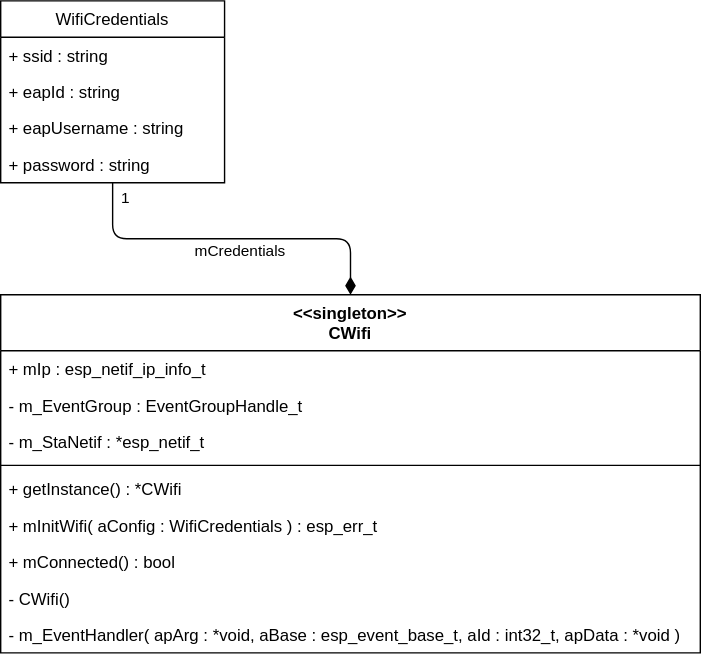
Above: uml/wifi-network-stack.drawio.svg in SenseBoxTI/FirmwareDesign (draw.io), before the change. Source tidied: cells renumbered, new cells last; positions are measured from the earlier drawing's top-left corner, leaving out a move shared by most shapes.
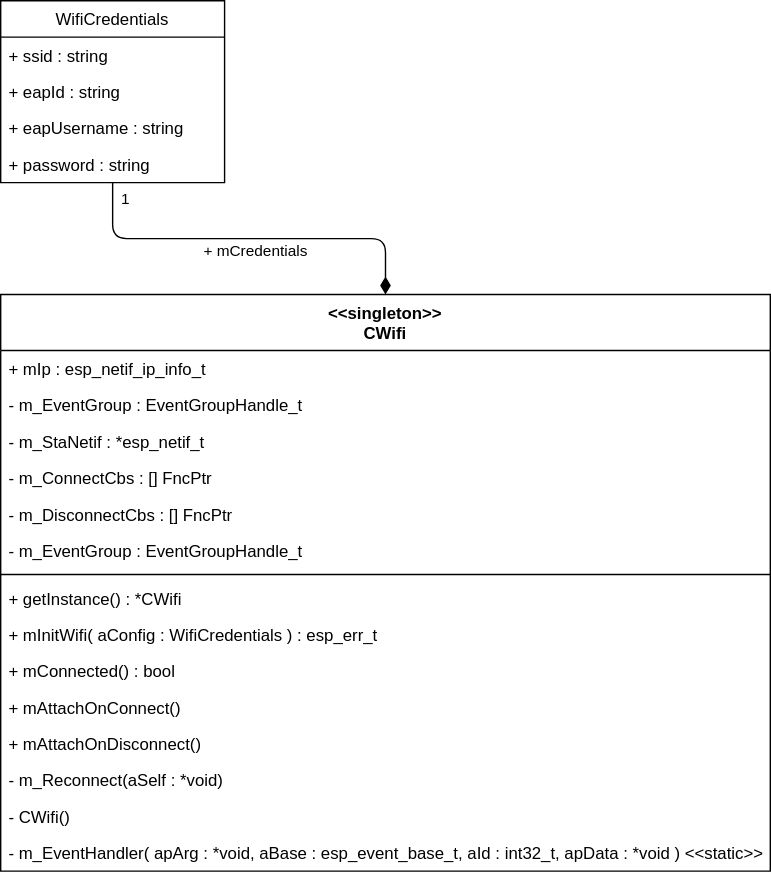
The same diagram one commit later.

Diff of the diagram source:
```diff
@@ -3,39 +3,57 @@
     <mxCell id="0" />
     <mxCell id="1" parent="0" />
     <mxCell id="2" value="&lt;&lt;singleton&gt;&gt;&#10;CWifi" style="swimlane;fontStyle=1;align=center;verticalAlign=top;horizontal=1;startSize=40;" parent="1" vertex="1">
-      <mxGeometry y="210" width="500" height="256" as="geometry" />
+      <mxGeometry y="210" width="550" height="412" as="geometry" />
     </mxCell>
     <mxCell id="3" value="+ mIp : esp_netif_ip_info_t" style="text;strokeColor=none;fillColor=none;align=left;verticalAlign=top;spacingLeft=4;spacingRight=4;overflow=hidden;" parent="2" vertex="1">
-      <mxGeometry y="40" width="500" height="26" as="geometry" />
+      <mxGeometry y="40" width="550" height="26" as="geometry" />
     </mxCell>
     <mxCell id="4" value="- m_EventGroup : EventGroupHandle_t" style="text;strokeColor=none;fillColor=none;align=left;verticalAlign=top;spacingLeft=4;spacingRight=4;overflow=hidden;" parent="2" vertex="1">
-      <mxGeometry y="66" width="500" height="26" as="geometry" />
+      <mxGeometry y="66" width="550" height="26" as="geometry" />
     </mxCell>
     <mxCell id="5" value="- m_StaNetif : *esp_netif_t" style="text;strokeColor=none;fillColor=none;align=left;verticalAlign=top;spacingLeft=4;spacingRight=4;overflow=hidden;" parent="2" vertex="1">
-      <mxGeometry y="92" width="500" height="26" as="geometry" />
+      <mxGeometry y="92" width="550" height="26" as="geometry" />
     </mxCell>
+    <mxCell id="20" value="- m_ConnectCbs : [] FncPtr" style="text;strokeColor=none;fillColor=none;align=left;verticalAlign=top;spacingLeft=4;spacingRight=4;overflow=hidden;" parent="2" vertex="1">
+      <mxGeometry y="118" width="550" height="26" as="geometry" />
+    </mxCell>
+    <mxCell id="21" value="- m_DisconnectCbs : [] FncPtr" style="text;strokeColor=none;fillColor=none;align=left;verticalAlign=top;spacingLeft=4;spacingRight=4;overflow=hidden;" parent="2" vertex="1">
+      <mxGeometry y="144" width="550" height="26" as="geometry" />
+    </mxCell>
+    <mxCell id="22" value="- m_EventGroup : EventGroupHandle_t" style="text;strokeColor=none;fillColor=none;align=left;verticalAlign=top;spacingLeft=4;spacingRight=4;overflow=hidden;" parent="2" vertex="1">
+      <mxGeometry y="170" width="550" height="26" as="geometry" />
+    </mxCell>
     <mxCell id="6" style="line;strokeWidth=1;fillColor=none;align=left;verticalAlign=middle;spacingTop=-1;spacingLeft=3;spacingRight=3;labelPosition=right;" parent="2" vertex="1">
-      <mxGeometry y="118" width="500" height="8" as="geometry" />
+      <mxGeometry y="196" width="550" height="8" as="geometry" />
     </mxCell>
     <mxCell id="7" value="+ getInstance() : *CWifi" style="text;strokeColor=none;fillColor=none;align=left;verticalAlign=top;spacingLeft=4;spacingRight=4;overflow=hidden;" parent="2" vertex="1">
-      <mxGeometry y="126" width="500" height="26" as="geometry" />
+      <mxGeometry y="204" width="550" height="26" as="geometry" />
     </mxCell>
     <mxCell id="8" value="+ mInitWifi( aConfig : WifiCredentials ) : esp_err_t " style="text;strokeColor=none;fillColor=none;align=left;verticalAlign=top;spacingLeft=4;spacingRight=4;overflow=hidden;" parent="2" vertex="1">
-      <mxGeometry y="152" width="500" height="26" as="geometry" />
+      <mxGeometry y="230" width="550" height="26" as="geometry" />
     </mxCell>
     <mxCell id="9" value="+ mConnected() : bool" style="text;strokeColor=none;fillColor=none;align=left;verticalAlign=top;spacingLeft=4;spacingRight=4;overflow=hidden;" parent="2" vertex="1">
-      <mxGeometry y="178" width="500" height="26" as="geometry" />
+      <mxGeometry y="256" width="550" height="26" as="geometry" />
     </mxCell>
+    <mxCell id="23" value="+ mAttachOnConnect()" style="text;strokeColor=none;fillColor=none;align=left;verticalAlign=top;spacingLeft=4;spacingRight=4;overflow=hidden;" parent="2" vertex="1">
+      <mxGeometry y="282" width="550" height="26" as="geometry" />
+    </mxCell>
+    <mxCell id="24" value="+ mAttachOnDisconnect()" style="text;strokeColor=none;fillColor=none;align=left;verticalAlign=top;spacingLeft=4;spacingRight=4;overflow=hidden;" parent="2" vertex="1">
+      <mxGeometry y="308" width="550" height="26" as="geometry" />
+    </mxCell>
+    <mxCell id="25" value="- m_Reconnect(aSelf : *void)" style="text;strokeColor=none;fillColor=none;align=left;verticalAlign=top;spacingLeft=4;spacingRight=4;overflow=hidden;" parent="2" vertex="1">
+      <mxGeometry y="334" width="550" height="26" as="geometry" />
+    </mxCell>
     <mxCell id="10" value="- CWifi()" style="text;strokeColor=none;fillColor=none;align=left;verticalAlign=top;spacingLeft=4;spacingRight=4;overflow=hidden;" parent="2" vertex="1">
-      <mxGeometry y="204" width="500" height="26" as="geometry" />
+      <mxGeometry y="360" width="550" height="26" as="geometry" />
     </mxCell>
-    <mxCell id="11" value="- m_EventHandler( apArg : *void, aBase : esp_event_base_t, aId : int32_t, apData : *void )" style="text;strokeColor=none;fillColor=none;align=left;verticalAlign=top;spacingLeft=4;spacingRight=4;overflow=hidden;fontStyle=0;" parent="2" vertex="1">
-      <mxGeometry y="230" width="500" height="26" as="geometry" />
+    <mxCell id="11" value="- m_EventHandler( apArg : *void, aBase : esp_event_base_t, aId : int32_t, apData : *void ) &lt;&lt;static&gt;&gt;" style="text;strokeColor=none;fillColor=none;align=left;verticalAlign=top;spacingLeft=4;spacingRight=4;overflow=hidden;fontStyle=0;" parent="2" vertex="1">
+      <mxGeometry y="386" width="550" height="26" as="geometry" />
     </mxCell>
     <mxCell id="12" style="edgeStyle=orthogonalEdgeStyle;html=1;endArrow=diamondThin;endFill=1;startSize=6;endSize=10;" parent="1" edge="1" source="15" target="2">
       <mxGeometry relative="1" as="geometry" />
     </mxCell>
-    <mxCell id="13" value="mCredentials" style="edgeLabel;html=1;align=center;verticalAlign=middle;" parent="12" vertex="1">
+    <mxCell id="13" value="+ mCredentials" style="edgeLabel;html=1;align=center;verticalAlign=middle;" parent="12" vertex="1">
       <mxGeometry x="-0.07" y="3" relative="1" as="geometry">
         <mxPoint x="13" y="11" as="offset" />
       </mxGeometry>
```
